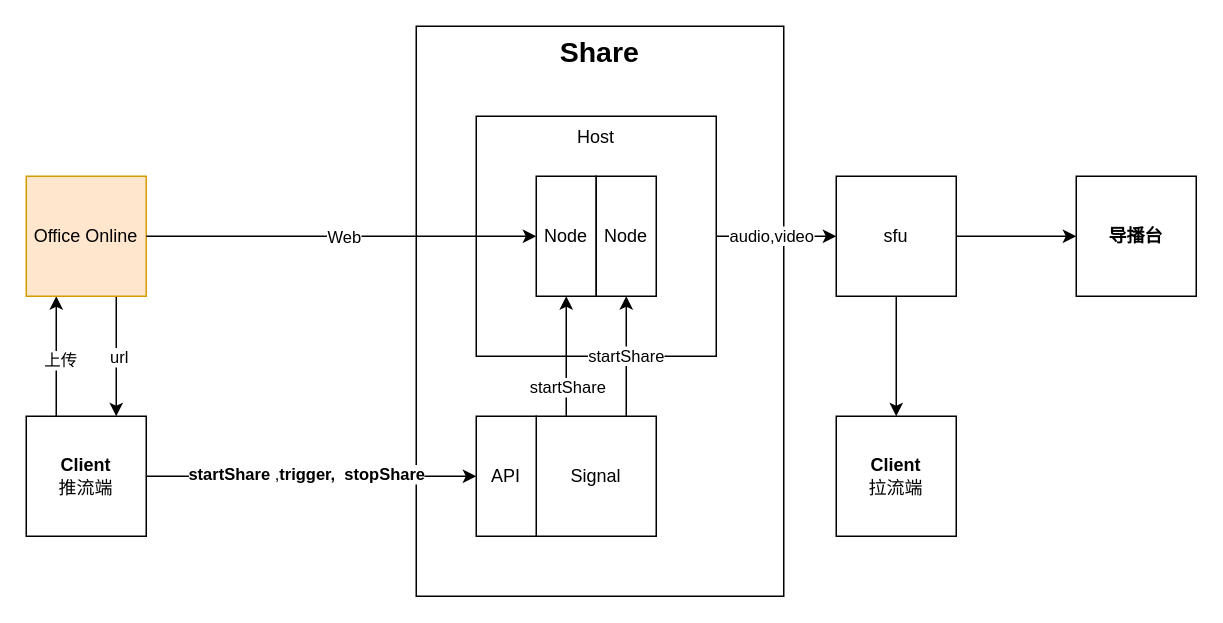
Earlier version of the draw.io diagram page "Page-6" (6 of 6) of Diagram3.drawio (craterone/imgs). Source tidied: cells renumbered, new cells numbered last; positions are measured from the earlier drawing's top-left corner, leaving out a move shared by most shapes. Both pictures are drawn from the tidied source at 150%, with x=0, y=0 at pixel (26, 26).
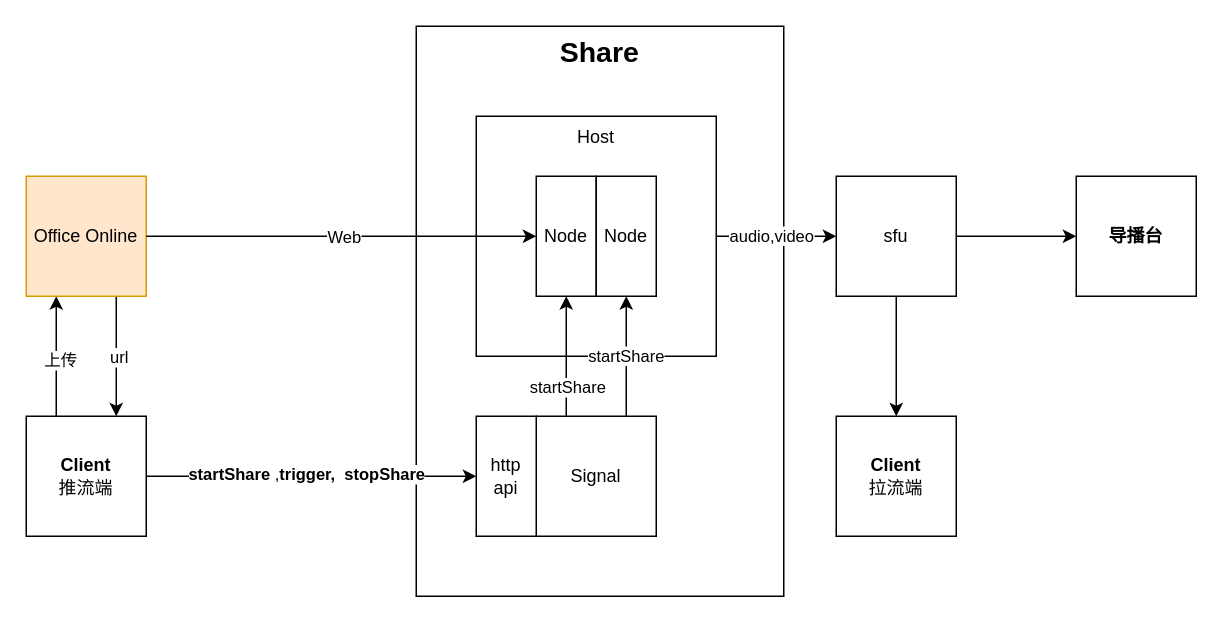
The same page after the edit.

Diff of the diagram source:
```diff
@@
-    <mxCell id="24" value="API" style="rounded=0;whiteSpace=wrap;html=1;" parent="1" vertex="1">
+    <mxCell id="24" value="http&lt;br&gt;api" style="rounded=0;whiteSpace=wrap;html=1;" parent="1" vertex="1">
       <mxGeometry x="300" y="260" width="40" height="80" as="geometry" />
     </mxCell>
```
